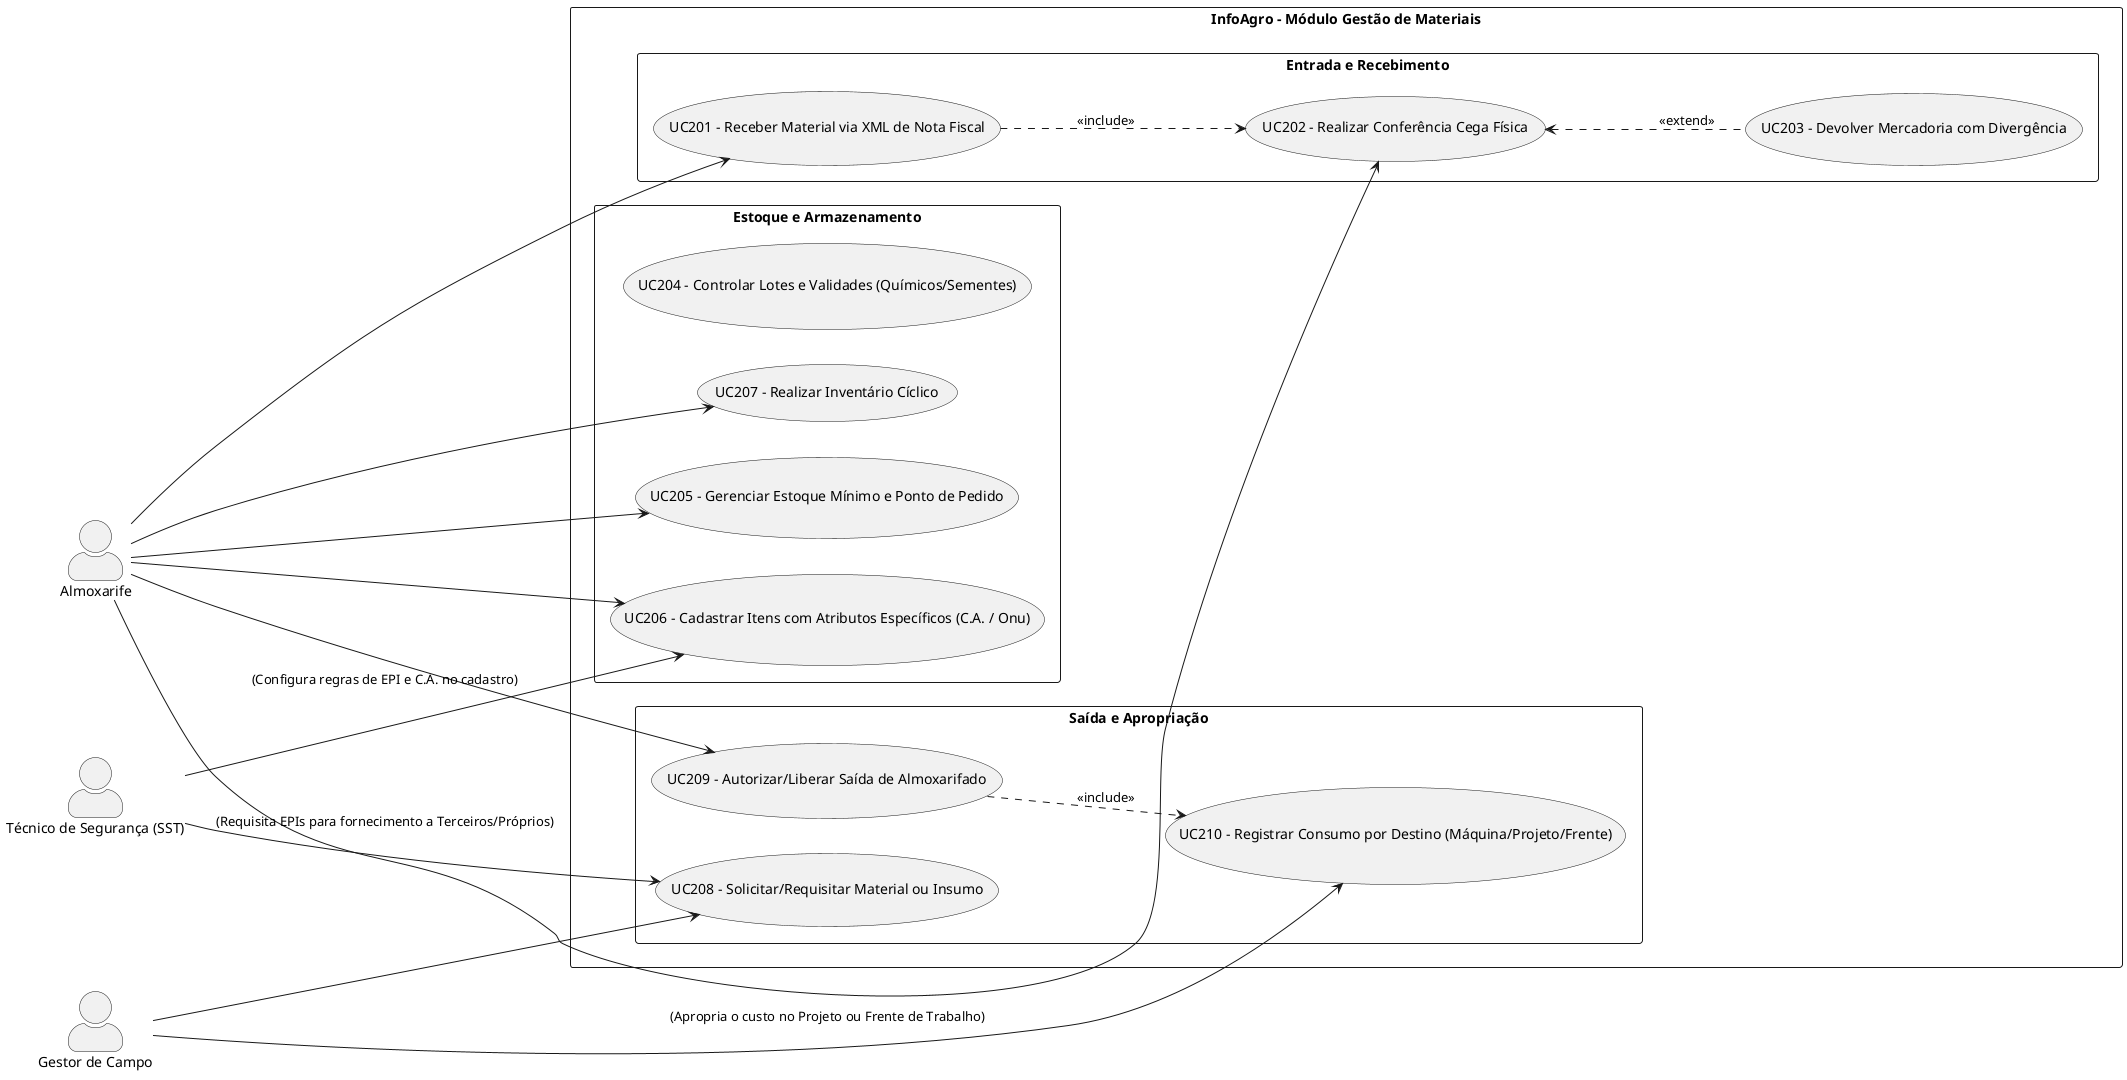
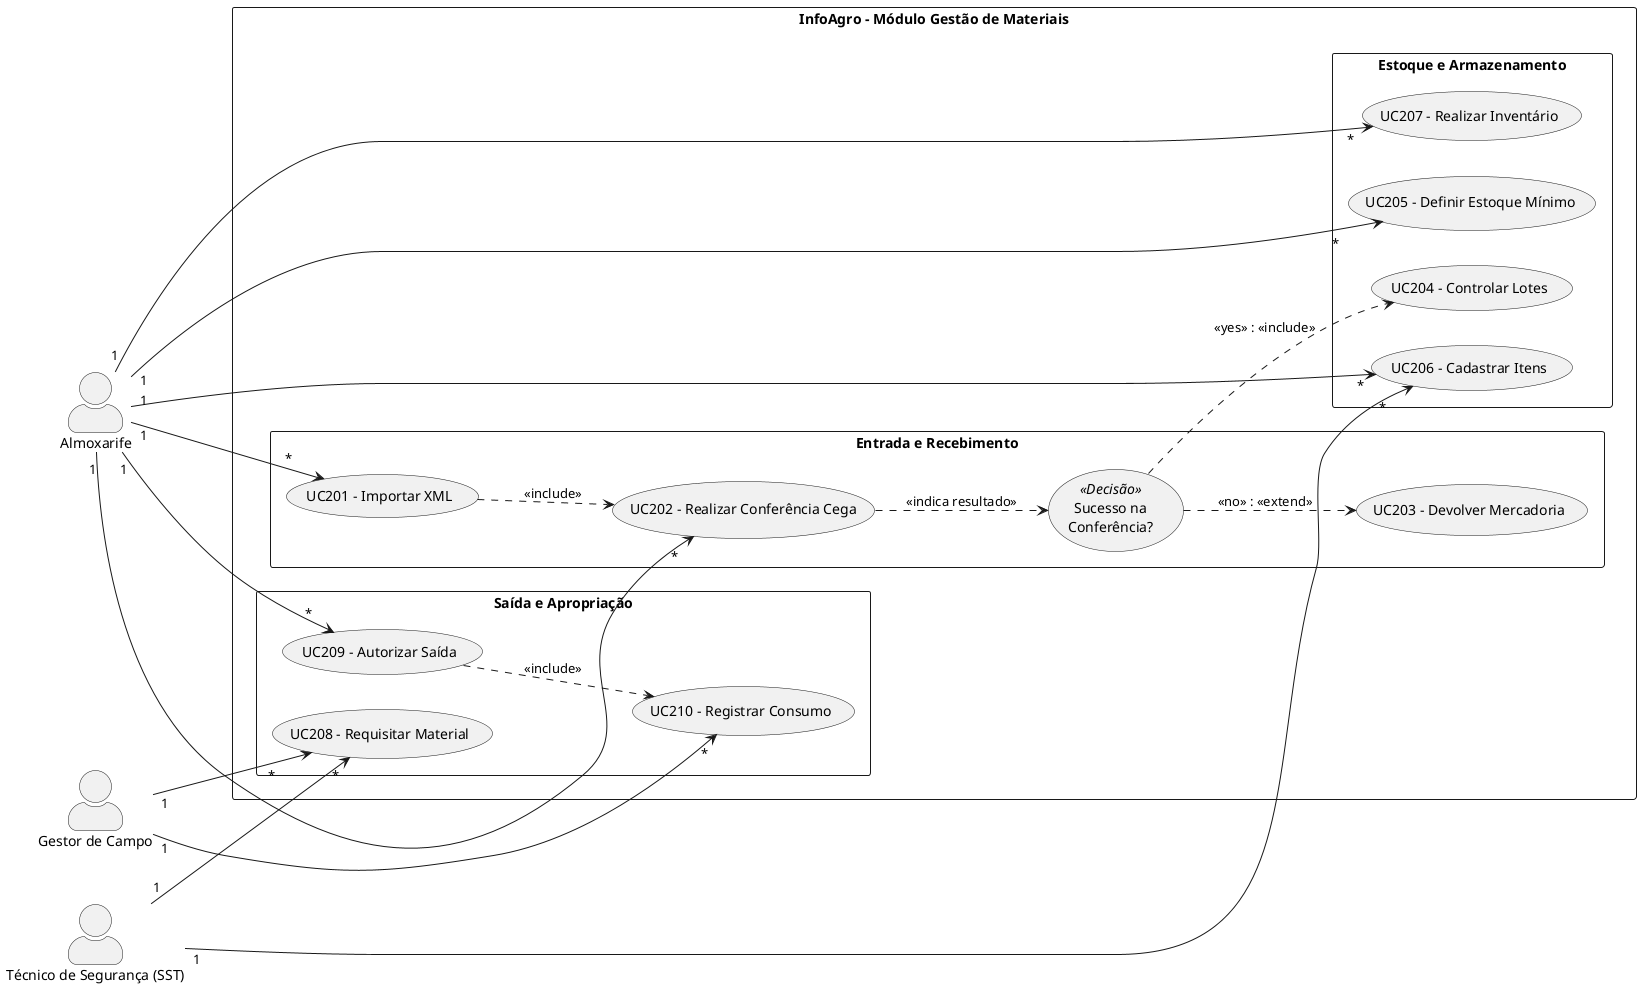
@startuml InfoAgro - Gestão de Materiais Atualizado
left to right direction
skinparam packageStyle rectangle
skinparam actorStyle awesome

actor "Almoxarife" as Almoxarife
actor "Gestor de Campo" as Gestor
actor "Técnico de Segurança (SST)" as SST

rectangle "InfoAgro - Módulo Gestão de Materiais" {

    package "Entrada e Recebimento" {
-         usecase "UC201 - Receber Material via XML de Nota Fiscal" as UC201
-         usecase "UC202 - Realizar Conferência Cega Física" as UC202
-         usecase "UC203 - Devolver Mercadoria com Divergência" as UC203
+         usecase "UC201 - Importar XML" as UC201
+         usecase "UC202 - Realizar Conferência Cega" as UC202
+         usecase "UC203 - Devolver Mercadoria" as UC203
+ 
+         ' Representação de Decisão/Validação Baseada em Condição
+         usecase "Sucesso na\nConferência?" as Decisao << (D,#FFAAAA) Decisão >>
    }

    package "Estoque e Armazenamento" {
-         usecase "UC204 - Controlar Lotes e Validades (Químicos/Sementes)" as UC204
-         usecase "UC205 - Gerenciar Estoque Mínimo e Ponto de Pedido" as UC205
-         usecase "UC206 - Cadastrar Itens com Atributos Específicos (C.A. / Onu)" as UC206
-         usecase "UC207 - Realizar Inventário Cíclico" as UC207
+         usecase "UC204 - Controlar Lotes" as UC204
+         usecase "UC205 - Definir Estoque Mínimo" as UC205
+         usecase "UC206 - Cadastrar Itens" as UC206
+         usecase "UC207 - Realizar Inventário" as UC207
    }

    package "Saída e Apropriação" {
-         usecase "UC208 - Solicitar/Requisitar Material ou Insumo" as UC208
-         usecase "UC209 - Autorizar/Liberar Saída de Almoxarifado" as UC209
-         usecase "UC210 - Registrar Consumo por Destino (Máquina/Projeto/Frente)" as UC210
+         usecase "UC208 - Requisitar Material" as UC208
+         usecase "UC209 - Autorizar Saída" as UC209
+         usecase "UC210 - Registrar Consumo" as UC210
    }

+     ' Fluxos e Dependências com Decisão
    UC201 ..> UC202 : <<include>>
-     UC202 <.. UC203 : <<extend>>
+     UC202 ..> Decisao : <<indica resultado>>
+     Decisao ..> UC203 : <<no>> : <<extend>>
+     Decisao ..> UC204 : <<yes>> : <<include>>
    UC209 ..> UC210 : <<include>>
}

- Almoxarife --> UC201
- Almoxarife --> UC202
- Almoxarife --> UC205
- Almoxarife --> UC206
- Almoxarife --> UC207
- Almoxarife --> UC209
+ ' Relacionamentos com Cardinalidade (Estilo Entidade-Relacionamento)
+ Almoxarife "1" --> "*" UC201
+ Almoxarife "1" --> "*" UC202
+ Almoxarife "1" --> "*" UC205
+ Almoxarife "1" --> "*" UC206
+ Almoxarife "1" --> "*" UC207
+ Almoxarife "1" --> "*" UC209

- Gestor --> UC208
- Gestor --> UC210 : (Apropria o custo no Projeto ou Frente de Trabalho)
+ Gestor "1" --> "*" UC208
+ Gestor "1" --> "*" UC210

- SST --> UC206 : (Configura regras de EPI e C.A. no cadastro)
- SST --> UC208 : (Requisita EPIs para fornecimento a Terceiros/Próprios)
+ SST "1" --> "*" UC206
+ SST "1" --> "*" UC208

@enduml